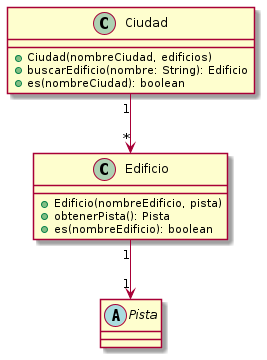
Before: diagrams/classes/clase_ciudad.png, a diagram exported from PlantUML (MegaRedHand/algo-thief). Source of this version:
```plantuml
@startuml

class Ciudad {
    + Ciudad(nombreCiudad, edificios)
    + buscarEdificio(nombre: String): Edificio
    + es(nombreCiudad): boolean
}

class Edificio {
    + Edificio(nombreEdificio, pista)
    + obtenerPista(): Pista
    + es(nombreEdificio): boolean
}

abstract class Pista

Ciudad "1" --> "*" Edificio
Edificio "1" --> "1" Pista

@enduml
```
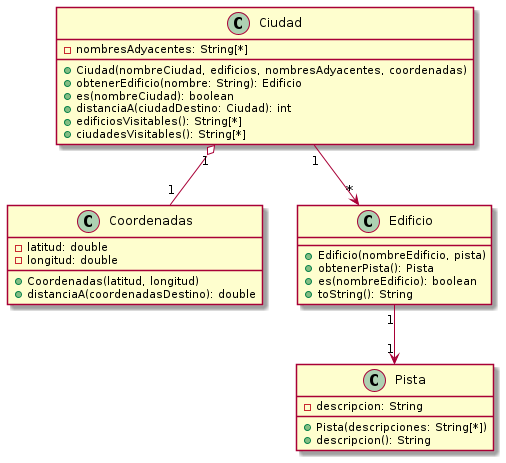
Above is the later version.

Change to the diagram source:
```diff
@@ -1,19 +1,36 @@
 @startuml
 
 class Ciudad {
-    + Ciudad(nombreCiudad, edificios)
-    + buscarEdificio(nombre: String): Edificio
+    - nombresAdyacentes: String[*]
+    + Ciudad(nombreCiudad, edificios, nombresAdyacentes, coordenadas)
+    + obtenerEdificio(nombre: String): Edificio
     + es(nombreCiudad): boolean
+    + distanciaA(ciudadDestino: Ciudad): int
+    + edificiosVisitables(): String[*]
+    + ciudadesVisitables(): String[*]
+}
+
+class Coordenadas {
+    - latitud: double
+    - longitud: double
+    + Coordenadas(latitud, longitud)
+    + distanciaA(coordenadasDestino): double
 }
 
 class Edificio {
     + Edificio(nombreEdificio, pista)
     + obtenerPista(): Pista
     + es(nombreEdificio): boolean
+    + toString(): String
 }
 
-abstract class Pista
+class Pista {
+    - descripcion: String
+    + Pista(descripciones: String[*])
+    + descripcion(): String
+}
 
+Ciudad "1" o-- "1" Coordenadas
 Ciudad "1" --> "*" Edificio
 Edificio "1" --> "1" Pista
 
```
